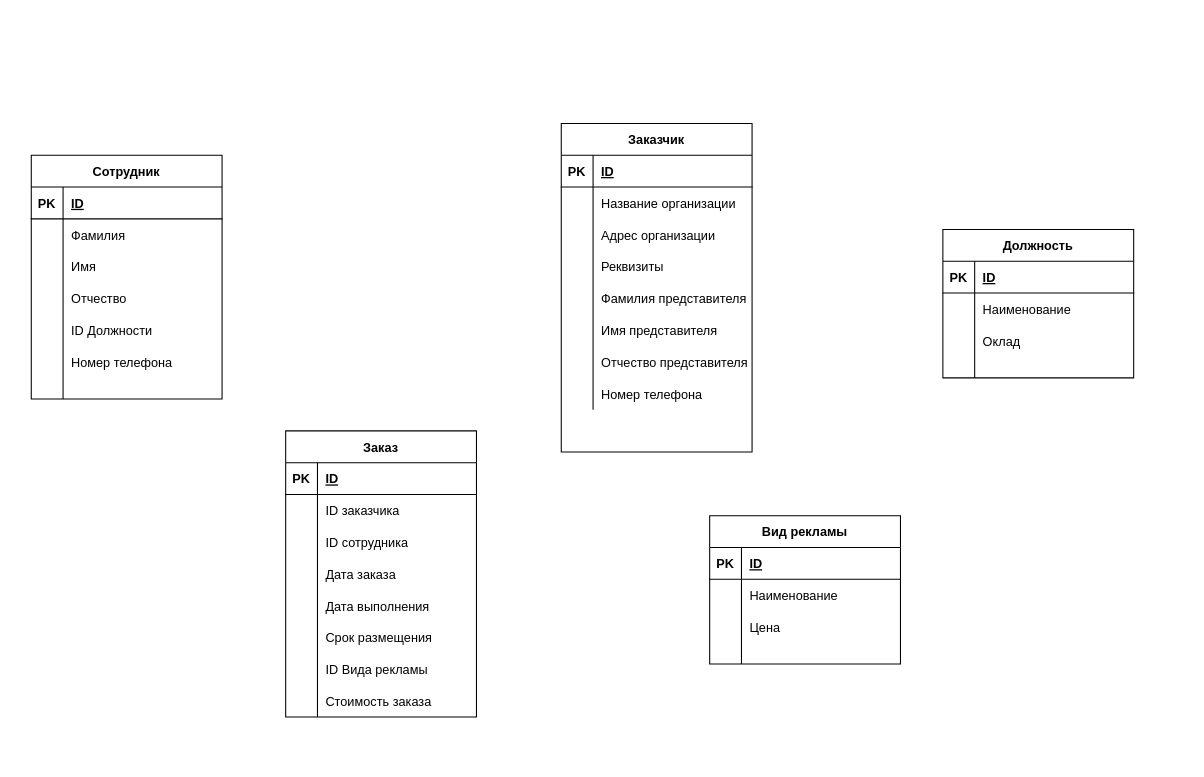
Above: Курсовая.drawio in luckyfail777/- (draw.io), before the change. Source tidied: cells renumbered, new cells numbered last; positions are measured from the earlier drawing's top-left corner, leaving out a move shared by most shapes. Both pictures are drawn from the tidied source at 106%, with x=0, y=0 at pixel (31, 123).
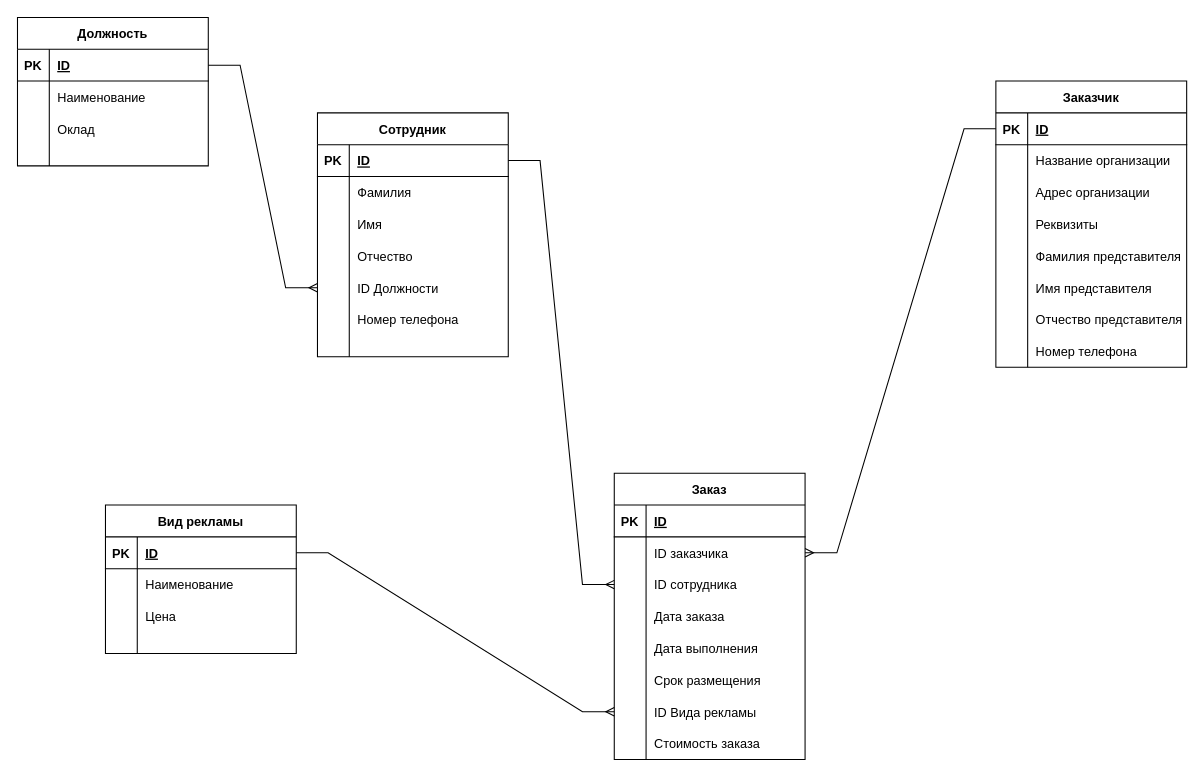
Above is the later version.

The change refers to these unchanged cells:
```xml
<mxCell id="3" style="shape=tableRow;horizontal=0;startSize=0;swimlaneHead=0;swimlaneBody=0;fillColor=none;points=[[0,0.5],[1,0.5]];portConstraint=eastwest;top=0;left=0;right=0;bottom=1;" parent="2" vertex="1">
  <mxGeometry y="30" width="180" height="30" as="geometry" />
</mxCell>
<mxCell id="15" style="shape=tableRow;horizontal=0;startSize=0;swimlaneHead=0;swimlaneBody=0;fillColor=none;points=[[0,0.5],[1,0.5]];portConstraint=eastwest;top=0;left=0;right=0;bottom=0;" parent="2" vertex="1">
  <mxGeometry y="150" width="180" height="30" as="geometry" />
</mxCell>
<mxCell id="25" style="shape=tableRow;horizontal=0;startSize=0;swimlaneHead=0;swimlaneBody=0;fillColor=none;points=[[0,0.5],[1,0.5]];portConstraint=eastwest;top=0;left=0;right=0;bottom=1;" parent="24" vertex="1">
  <mxGeometry y="30" width="180" height="30" as="geometry" />
</mxCell>
<mxCell id="53" style="shape=tableRow;horizontal=0;startSize=0;swimlaneHead=0;swimlaneBody=0;fillColor=none;points=[[0,0.5],[1,0.5]];portConstraint=eastwest;top=0;left=0;right=0;bottom=0;" parent="49" vertex="1">
  <mxGeometry y="60" width="180" height="30" as="geometry" />
</mxCell>
<mxCell id="56" style="shape=tableRow;horizontal=0;startSize=0;swimlaneHead=0;swimlaneBody=0;fillColor=none;points=[[0,0.5],[1,0.5]];portConstraint=eastwest;top=0;left=0;right=0;bottom=0;" parent="49" vertex="1">
  <mxGeometry y="90" width="180" height="30" as="geometry" />
</mxCell>
<mxCell id="68" style="shape=tableRow;horizontal=0;startSize=0;swimlaneHead=0;swimlaneBody=0;fillColor=none;points=[[0,0.5],[1,0.5]];portConstraint=eastwest;top=0;left=0;right=0;bottom=0;" parent="49" vertex="1">
  <mxGeometry y="210" width="180" height="30" as="geometry" />
</mxCell>
<mxCell id="75" style="shape=tableRow;horizontal=0;startSize=0;swimlaneHead=0;swimlaneBody=0;fillColor=none;points=[[0,0.5],[1,0.5]];portConstraint=eastwest;top=0;left=0;right=0;bottom=1;" parent="74" vertex="1">
  <mxGeometry y="30" width="180" height="30" as="geometry" />
</mxCell>
<mxCell id="88" style="shape=tableRow;horizontal=0;startSize=0;swimlaneHead=0;swimlaneBody=0;fillColor=none;points=[[0,0.5],[1,0.5]];portConstraint=eastwest;top=0;left=0;right=0;bottom=1;" parent="87" vertex="1">
  <mxGeometry y="30" width="180" height="30" as="geometry" />
</mxCell>
```

Diff of the diagram source:
```diff
@@
     <mxCell id="2" value="Сотрудник" style="shape=table;startSize=30;childLayout=tableLayout;rowLines=0;fontStyle=1;align=center;" parent="1" vertex="1">
-      <mxGeometry y="30" width="180" height="230" as="geometry" />
+      <mxGeometry x="270" y="-10" width="180" height="230" as="geometry" />
     </mxCell>
@@
     <mxCell id="24" value="Заказчик" style="shape=table;startSize=30;childLayout=tableLayout;rowLines=0;fontStyle=1;align=center;" parent="1" vertex="1">
-      <mxGeometry x="500" width="180" height="310" as="geometry" />
+      <mxGeometry x="910" y="-40" width="180" height="270" as="geometry" />
     </mxCell>
@@
     <mxCell id="49" value="Заказ" style="shape=table;startSize=30;childLayout=tableLayout;rowLines=0;fontStyle=1;align=center;" parent="1" vertex="1">
-      <mxGeometry x="240" y="290" width="180" height="270" as="geometry" />
+      <mxGeometry x="550" y="330" width="180" height="270" as="geometry" />
     </mxCell>
@@
     <mxCell id="74" value="Вид рекламы" style="shape=table;startSize=30;childLayout=tableLayout;rowLines=0;fontStyle=1;align=center;" parent="1" vertex="1">
-      <mxGeometry x="640" y="370" width="180" height="140" as="geometry" />
+      <mxGeometry x="70" y="360" width="180" height="140" as="geometry" />
     </mxCell>
@@
     <mxCell id="87" value="Должность" style="shape=table;startSize=30;childLayout=tableLayout;rowLines=0;fontStyle=1;align=center;" parent="1" vertex="1">
-      <mxGeometry x="860" y="100" width="180" height="140" as="geometry" />
+      <mxGeometry x="-13" y="-100" width="180" height="140" as="geometry" />
     </mxCell>
@@
+    <mxCell id="100" style="edgeStyle=entityRelationEdgeStyle;fontSize=12;html=1;endArrow=ERmany;rounded=0;exitX=1;exitY=0.5;exitDx=0;exitDy=0;entryX=0;entryY=0.5;entryDx=0;entryDy=0;" parent="1" edge="1" source="88" target="15">
+      <mxGeometry relative="1" as="geometry" />
+    </mxCell>
+    <mxCell id="101" style="edgeStyle=entityRelationEdgeStyle;fontSize=12;html=1;endArrow=ERmany;rounded=0;exitX=1;exitY=0.5;exitDx=0;exitDy=0;entryX=0;entryY=0.5;entryDx=0;entryDy=0;" parent="1" edge="1" source="75" target="68">
+      <mxGeometry relative="1" as="geometry" />
+    </mxCell>
+    <mxCell id="102" style="edgeStyle=entityRelationEdgeStyle;fontSize=12;html=1;endArrow=ERmany;rounded=0;exitX=0;exitY=0.5;exitDx=0;exitDy=0;" parent="1" edge="1" source="25" target="53">
+      <mxGeometry relative="1" as="geometry" />
+    </mxCell>
+    <mxCell id="103" style="edgeStyle=entityRelationEdgeStyle;fontSize=12;html=1;endArrow=ERmany;rounded=0;exitX=1;exitY=0.5;exitDx=0;exitDy=0;entryX=0;entryY=0.5;entryDx=0;entryDy=0;" parent="1" edge="1" source="3" target="56">
+      <mxGeometry relative="1" as="geometry" />
+    </mxCell>
```
